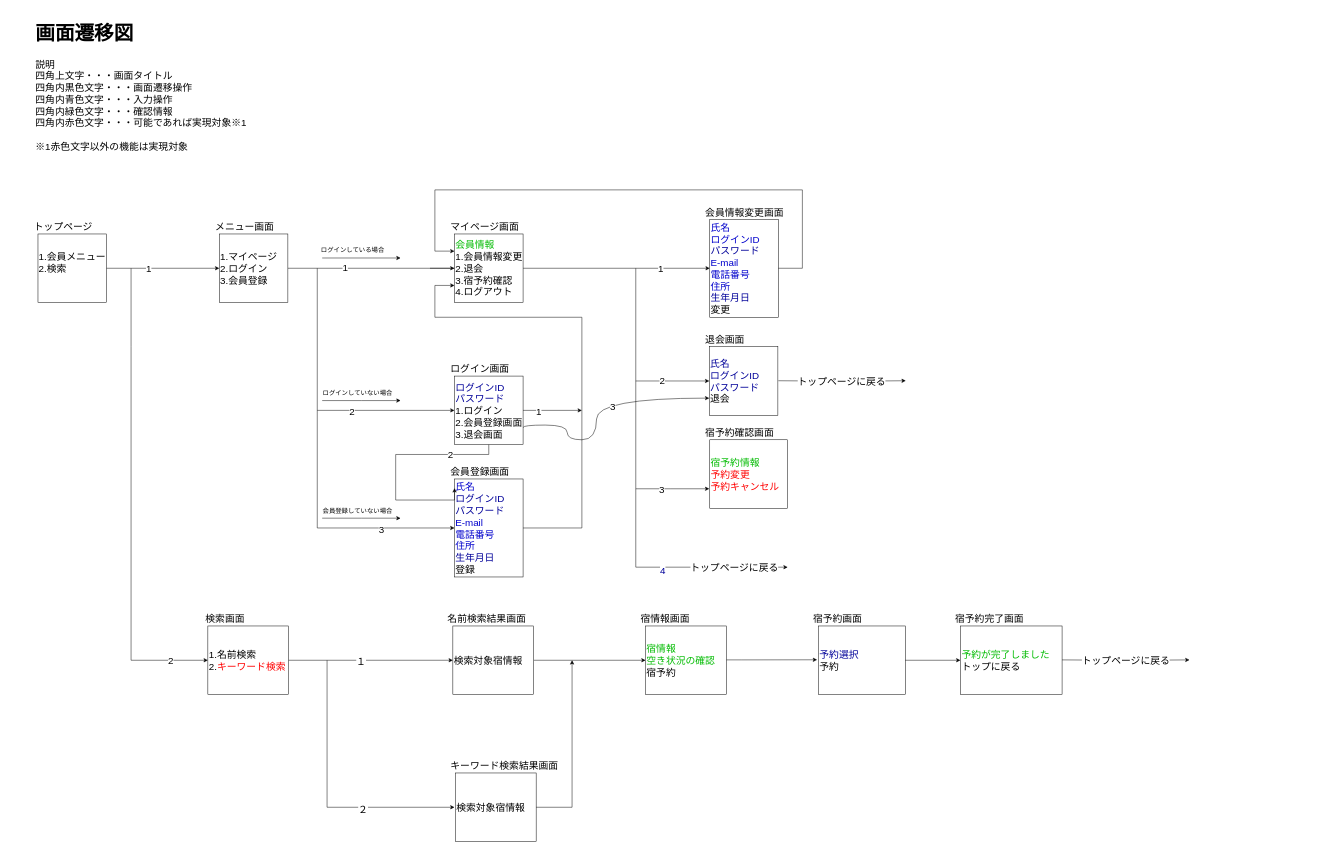
Earlier version of the draw.io diagram 画面遷移/画面遷移図ユーザ視点.drawio (2022java42-student006/document). Source tidied: cells renumbered, new cells numbered last; positions are measured from the earlier drawing's top-left corner, leaving out a move shared by most shapes. Both pictures are drawn from the tidied source at 49%, with x=0, y=0 at pixel (33, 13).
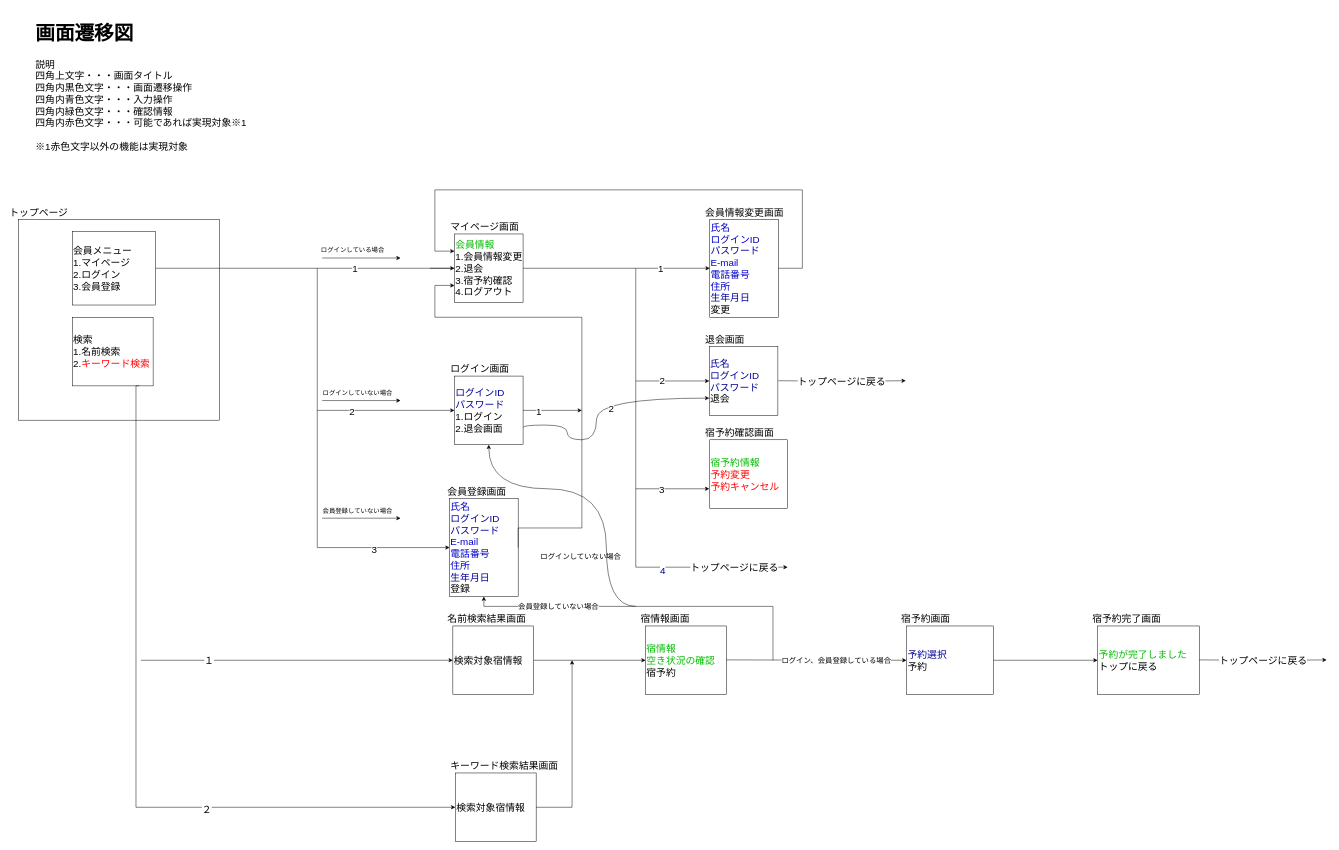
Above is the later version.

Commit message (it also covers changes not shown here):
テーブル設計書 ER図

Unchanged cells that the change refers to:
```xml
<mxCell id="36" value="&lt;font color=&quot;#00bb00&quot;&gt;会員情報&lt;/font&gt;&lt;br&gt;1.会員情報変更&lt;br&gt;2.退会&lt;br&gt;3.宿予約確認&lt;br&gt;4.ログアウト" style="rounded=0;whiteSpace=wrap;html=1;fontSize=20;align=left;" parent="1" vertex="1">
  <mxGeometry x="860" y="450" width="140" height="140" as="geometry" />
</mxCell>
<mxCell id="52" value="検索対象宿情報" style="rounded=0;whiteSpace=wrap;html=1;fontSize=20;align=left;" parent="1" vertex="1">
  <mxGeometry x="856.7" y="1250" width="165" height="140" as="geometry" />
</mxCell>
<mxCell id="71" style="endArrow=classic;html=1;rounded=0;exitX=1;exitY=0.75;exitDx=0;exitDy=0;edgeStyle=orthogonalEdgeStyle;curved=1;entryX=0;entryY=0.75;entryDx=0;entryDy=0;" parent="1" edge="1" source="34" target="23">
  <mxGeometry relative="1" as="geometry">
    <Array as="points">
      <mxPoint x="1000" y="840" />
      <mxPoint x="1090" y="840" />
      <mxPoint x="1090" y="870" />
      <mxPoint x="1150" y="870" />
      <mxPoint x="1150" y="785" />
    </Array>
  </mxGeometry>
</mxCell>
```

Change to the diagram source:
```diff
@@
-    <mxCell id="3" value="&lt;span style=&quot;font-size: 20px;&quot;&gt;1.会員メニュー&lt;br&gt;&lt;div style=&quot;text-align: left;&quot;&gt;&lt;span style=&quot;background-color: initial;&quot;&gt;2.検索&lt;/span&gt;&lt;/div&gt;&lt;br&gt;&lt;/span&gt;" style="rounded=0;whiteSpace=wrap;html=1;" parent="1" vertex="1">
-      <mxGeometry x="10" y="450" width="140" height="140" as="geometry" />
+    <mxCell id="3" value="&lt;span style=&quot;font-size: 20px;&quot;&gt;&lt;br&gt;&lt;/span&gt;" style="rounded=0;whiteSpace=wrap;html=1;" parent="1" vertex="1">
+      <mxGeometry x="-30" y="420" width="410" height="410" as="geometry" />
     </mxCell>
-    <mxCell id="4" value="1.名前検索&lt;br&gt;2.&lt;font color=&quot;#ff0000&quot;&gt;キーワード検索&lt;/font&gt;" style="rounded=0;whiteSpace=wrap;html=1;fontSize=20;align=left;" parent="1" vertex="1">
-      <mxGeometry x="356.7" y="1250" width="165" height="140" as="geometry" />
+    <mxCell id="4" value="検索&lt;br&gt;1.名前検索&lt;br&gt;2.&lt;font color=&quot;#ff0000&quot;&gt;キーワード検索&lt;/font&gt;" style="rounded=0;whiteSpace=wrap;html=1;fontSize=20;align=left;" parent="1" vertex="1">
+      <mxGeometry x="80" y="620" width="165" height="140" as="geometry" />
     </mxCell>
@@
-    <mxCell id="7" style="endArrow=classic;html=1;rounded=0;fontSize=20;exitX=1;exitY=0.5;exitDx=0;exitDy=0;entryX=0;entryY=0.5;entryDx=0;entryDy=0;" parent="1" edge="1" source="13" target="36">
+    <mxCell id="7" style="endArrow=classic;html=1;rounded=0;fontSize=20;entryX=0;entryY=0.5;entryDx=0;entryDy=0;exitX=1;exitY=0.5;exitDx=0;exitDy=0;" parent="1" edge="1" source="13" target="36">
       <mxGeometry relative="1" as="geometry" />
     </mxCell>
-    <mxCell id="8" value="1" style="edgeLabel;html=1;align=center;verticalAlign=middle;fontSize=20;fontColor=#000000;" parent="7" vertex="1">
-      <mxGeometry x="-0.32" y="2" relative="1" as="geometry" />
-    </mxCell>
+    <mxCell id="80" value="1" style="edgeLabel;html=1;align=center;verticalAlign=middle;fontSize=20;" parent="7" vertex="1">
+      <mxGeometry x="0.33" relative="1" as="geometry" />
+    </mxCell>
@@
-    <mxCell id="11" style="edgeStyle=segmentEdgeStyle;endArrow=classic;html=1;rounded=0;entryX=0;entryY=0.5;entryDx=0;entryDy=0;" parent="1" edge="1" target="4">
-      <mxGeometry relative="1" as="geometry">
-        <mxPoint x="200" y="520" as="sourcePoint" />
-        <Array as="points">
-          <mxPoint x="200" y="680" />
-          <mxPoint x="200" y="1360" />
-        </Array>
-      </mxGeometry>
-    </mxCell>
-    <mxCell id="12" value="2" style="edgeLabel;html=1;align=center;verticalAlign=middle;fontSize=20;fontColor=#000000;" parent="11" vertex="1">
-      <mxGeometry x="0.84" y="1" relative="1" as="geometry" />
-    </mxCell>
-    <mxCell id="13" value="&lt;div style=&quot;&quot;&gt;&lt;span style=&quot;font-size: 20px; background-color: initial;&quot;&gt;1.マイページ&lt;/span&gt;&lt;br&gt;&lt;/div&gt;&lt;div style=&quot;&quot;&gt;&lt;span style=&quot;font-size: 20px; background-color: initial;&quot;&gt;2.ログイン&lt;/span&gt;&lt;/div&gt;&lt;div style=&quot;&quot;&gt;&lt;span style=&quot;font-size: 20px;&quot;&gt;3.会員登録&lt;/span&gt;&lt;/div&gt;" style="rounded=0;whiteSpace=wrap;html=1;align=left;" parent="1" vertex="1">
-      <mxGeometry x="380" y="450" width="140" height="140" as="geometry" />
+    <mxCell id="13" value="&lt;div style=&quot;&quot;&gt;&lt;span style=&quot;font-size: 20px; text-align: center;&quot;&gt;会員メニュー&lt;/span&gt;&lt;span style=&quot;font-size: 20px; background-color: initial;&quot;&gt;&lt;br&gt;&lt;/span&gt;&lt;/div&gt;&lt;div style=&quot;&quot;&gt;&lt;span style=&quot;font-size: 20px; background-color: initial;&quot;&gt;1.マイページ&lt;/span&gt;&lt;br&gt;&lt;/div&gt;&lt;div style=&quot;&quot;&gt;&lt;span style=&quot;font-size: 20px; background-color: initial;&quot;&gt;2.ログイン&lt;/span&gt;&lt;/div&gt;&lt;div style=&quot;&quot;&gt;&lt;span style=&quot;font-size: 20px;&quot;&gt;3.会員登録&lt;/span&gt;&lt;/div&gt;" style="rounded=0;whiteSpace=wrap;html=1;align=left;" parent="1" vertex="1">
+      <mxGeometry x="80" y="445" width="170" height="150" as="geometry" />
     </mxCell>
@@
-    <mxCell id="15" value="メニュー画面" style="text;html=1;strokeColor=none;fillColor=none;align=left;verticalAlign=middle;whiteSpace=wrap;rounded=0;fontSize=20;" parent="1" vertex="1">
-      <mxGeometry x="370" y="420" width="130" height="30" as="geometry" />
-    </mxCell>
     <mxCell id="16" value="トップページ" style="text;html=1;strokeColor=none;fillColor=none;align=left;verticalAlign=middle;whiteSpace=wrap;rounded=0;fontSize=20;" parent="1" vertex="1">
-      <mxGeometry y="420" width="130" height="30" as="geometry" />
+      <mxGeometry x="-50" y="390" width="130" height="30" as="geometry" />
     </mxCell>
-    <mxCell id="17" value="検索画面" style="text;html=1;strokeColor=none;fillColor=none;align=left;verticalAlign=middle;whiteSpace=wrap;rounded=0;fontSize=20;" parent="1" vertex="1">
-      <mxGeometry x="350" y="1220" width="100" height="30" as="geometry" />
-    </mxCell>
@@
     <mxCell id="19" value="&lt;font style=&quot;&quot; color=&quot;#0000cc&quot;&gt;氏名&lt;br&gt;&lt;/font&gt;&lt;font color=&quot;#000099&quot;&gt;ログインID&lt;br&gt;パスワード&lt;/font&gt;&lt;br style=&quot;&quot;&gt;&lt;font style=&quot;&quot; color=&quot;#0000cc&quot;&gt;E-mail&lt;/font&gt;&lt;br style=&quot;&quot;&gt;&lt;font style=&quot;&quot; color=&quot;#0000cc&quot;&gt;電話番号&lt;/font&gt;&lt;br style=&quot;&quot;&gt;&lt;font style=&quot;&quot; color=&quot;#0000cc&quot;&gt;住所&lt;br&gt;&lt;/font&gt;&lt;font color=&quot;#000099&quot;&gt;生年月日&lt;/font&gt;&lt;br style=&quot;&quot;&gt;登録" style="rounded=0;whiteSpace=wrap;html=1;fontSize=20;align=left;" parent="1" vertex="1">
-      <mxGeometry x="860" y="950" width="140" height="200" as="geometry" />
+      <mxGeometry x="850" y="990" width="140" height="200" as="geometry" />
     </mxCell>
     <mxCell id="20" value="会員登録画面" style="text;html=1;strokeColor=none;fillColor=none;align=left;verticalAlign=middle;whiteSpace=wrap;rounded=0;fontSize=20;" parent="1" vertex="1">
-      <mxGeometry x="850" y="920" width="140" height="30" as="geometry" />
+      <mxGeometry x="844.2" y="960" width="140" height="30" as="geometry" />
     </mxCell>
@@
-    <mxCell id="34" value="&lt;font color=&quot;#000099&quot;&gt;ログインID&lt;/font&gt;&lt;br&gt;&lt;font color=&quot;#000099&quot;&gt;パスワード&lt;/font&gt;&lt;br&gt;1.ログイン&lt;br&gt;2.会員登録画面&lt;br&gt;3.退会画面" style="rounded=0;whiteSpace=wrap;html=1;fontSize=20;align=left;" parent="1" vertex="1">
+    <mxCell id="34" value="&lt;font color=&quot;#000099&quot;&gt;ログインID&lt;/font&gt;&lt;br&gt;&lt;font color=&quot;#000099&quot;&gt;パスワード&lt;/font&gt;&lt;br&gt;1.ログイン&lt;br&gt;2.退会画面" style="rounded=0;whiteSpace=wrap;html=1;fontSize=20;align=left;" parent="1" vertex="1">
       <mxGeometry x="860" y="740" width="140" height="140" as="geometry" />
     </mxCell>
@@
-    <mxCell id="38" style="endArrow=classic;html=1;rounded=0;fontSize=20;fontColor=#000099;elbow=vertical;exitX=1;exitY=0.5;exitDx=0;exitDy=0;entryX=0;entryY=0.5;entryDx=0;entryDy=0;" parent="1" edge="1" source="3" target="13">
-      <mxGeometry relative="1" as="geometry" />
-    </mxCell>
-    <mxCell id="39" value="1" style="edgeLabel;html=1;align=center;verticalAlign=middle;fontSize=20;fontColor=#000000;" parent="38" vertex="1">
-      <mxGeometry x="-0.26" relative="1" as="geometry" />
-    </mxCell>
@@
-    <mxCell id="54" style="endArrow=classic;html=1;rounded=0;fontSize=20;fontColor=#000000;elbow=vertical;exitX=1;exitY=0.5;exitDx=0;exitDy=0;entryX=0;entryY=0.5;entryDx=0;entryDy=0;" parent="1" edge="1" source="4" target="52">
-      <mxGeometry relative="1" as="geometry" />
+    <mxCell id="54" style="endArrow=classic;html=1;rounded=0;fontSize=20;fontColor=#000000;elbow=vertical;entryX=0;entryY=0.5;entryDx=0;entryDy=0;" parent="1" edge="1" target="52">
+      <mxGeometry relative="1" as="geometry">
+        <mxPoint x="220" y="1320" as="sourcePoint" />
+      </mxGeometry>
     </mxCell>
     <mxCell id="55" value="１" style="edgeLabel;html=1;align=center;verticalAlign=middle;fontSize=20;fontColor=#000000;" parent="54" vertex="1">
-      <mxGeometry x="-0.12" y="-1" relative="1" as="geometry" />
+      <mxGeometry x="-0.12" y="-1" relative="1" as="geometry">
+        <mxPoint x="-142" y="-1" as="offset" />
+      </mxGeometry>
     </mxCell>
@@
-    <mxCell id="58" style="endArrow=classic;html=1;rounded=0;fontSize=20;fontColor=#FF0000;edgeStyle=elbowEdgeStyle;" parent="1" edge="1">
+    <mxCell id="58" style="endArrow=classic;html=1;rounded=0;fontSize=20;fontColor=#FF0000;edgeStyle=elbowEdgeStyle;exitX=0.828;exitY=0.998;exitDx=0;exitDy=0;exitPerimeter=0;" parent="1" edge="1" source="4">
       <mxGeometry relative="1" as="geometry">
-        <mxPoint x="600" y="1320" as="sourcePoint" />
-        <mxPoint x="860" y="1620" as="targetPoint" />
+        <mxPoint x="861.7" y="1620" as="targetPoint" />
         <Array as="points">
-          <mxPoint x="600" y="1500" />
+          <mxPoint x="210" y="1440" />
+          <mxPoint x="520" y="1620" />
+          <mxPoint x="220" y="1620" />
         </Array>
       </mxGeometry>
     </mxCell>
@@
     <mxCell id="63" value="&lt;font color=&quot;#000099&quot;&gt;予約選択&lt;/font&gt;&lt;br&gt;予約" style="rounded=0;whiteSpace=wrap;html=1;fontSize=20;align=left;" parent="1" vertex="1">
-      <mxGeometry x="1602.5" y="1250" width="177.5" height="140" as="geometry" />
+      <mxGeometry x="1782.5" y="1250" width="177.5" height="140" as="geometry" />
     </mxCell>
     <mxCell id="64" value="宿予約画面" style="text;html=1;strokeColor=none;fillColor=none;align=left;verticalAlign=middle;whiteSpace=wrap;rounded=0;fontSize=20;" parent="1" vertex="1">
-      <mxGeometry x="1590" y="1220" width="190" height="30" as="geometry" />
+      <mxGeometry x="1770" y="1220" width="190" height="30" as="geometry" />
     </mxCell>
-    <mxCell id="65" style="edgeStyle=orthogonalEdgeStyle;rounded=0;orthogonalLoop=1;jettySize=auto;html=1;fontSize=20;fontColor=#FF0000;elbow=vertical;" parent="1" edge="1">
+    <mxCell id="65" style="edgeStyle=orthogonalEdgeStyle;rounded=0;jettySize=auto;html=1;fontSize=20;fontColor=#FF0000;elbow=vertical;entryX=0;entryY=0.5;entryDx=0;entryDy=0;" parent="1" edge="1" target="63">
       <mxGeometry relative="1" as="geometry">
         <mxPoint x="1415" y="1319.2" as="sourcePoint" />
-        <mxPoint x="1600" y="1319" as="targetPoint" />
-        <Array as="points">
-          <mxPoint x="1445" y="1319.2" />
-          <mxPoint x="1445" y="1319.2" />
-        </Array>
       </mxGeometry>
     </mxCell>
+    <mxCell id="81" value="ログイン、会員登録している場合" style="edgeLabel;html=1;align=center;verticalAlign=middle;fontSize=15;" parent="65" vertex="1">
+      <mxGeometry x="-0.27" relative="1" as="geometry">
+        <mxPoint x="90" y="1" as="offset" />
+      </mxGeometry>
+    </mxCell>
     <mxCell id="66" value="&lt;font color=&quot;#00bb00&quot;&gt;予約が完了しました&lt;/font&gt;&lt;br&gt;トップに戻る" style="rounded=0;whiteSpace=wrap;html=1;fontSize=20;align=left;" parent="1" vertex="1">
-      <mxGeometry x="1892.5" y="1250" width="207.5" height="140" as="geometry" />
+      <mxGeometry x="2172.5" y="1250" width="207.5" height="140" as="geometry" />
     </mxCell>
     <mxCell id="67" value="宿予約完了画面" style="text;html=1;strokeColor=none;fillColor=none;align=left;verticalAlign=middle;whiteSpace=wrap;rounded=0;fontSize=20;" parent="1" vertex="1">
-      <mxGeometry x="1880" y="1220" width="190" height="30" as="geometry" />
+      <mxGeometry x="2160" y="1220" width="190" height="30" as="geometry" />
     </mxCell>
@@
     <mxCell id="69" style="endArrow=classic;html=1;rounded=0;fontSize=13;fontColor=#000000;elbow=vertical;" parent="1" edge="1">
       <mxGeometry relative="1" as="geometry">
-        <mxPoint x="2100" y="1319.2" as="sourcePoint" />
-        <mxPoint x="2360" y="1319.2" as="targetPoint" />
+        <mxPoint x="2380" y="1319.2" as="sourcePoint" />
+        <mxPoint x="2640" y="1319.2" as="targetPoint" />
         <Array as="points">
-          <mxPoint x="2240" y="1320.2" />
+          <mxPoint x="2520" y="1320.2" />
         </Array>
       </mxGeometry>
     </mxCell>
@@
-    <mxCell id="72" value="3" style="edgeLabel;html=1;align=center;verticalAlign=middle;fontSize=20;" parent="71" vertex="1">
-      <mxGeometry x="0.21" y="-15" relative="1" as="geometry">
-        <mxPoint x="-1" as="offset" />
-      </mxGeometry>
-    </mxCell>
-    <mxCell id="73" style="edgeStyle=orthogonalEdgeStyle;endArrow=classic;html=1;rounded=0;fontSize=20;exitX=0.5;exitY=1;exitDx=0;exitDy=0;entryX=0.001;entryY=0.094;entryDx=0;entryDy=0;entryPerimeter=0;" parent="1" edge="1" source="34" target="19">
-      <mxGeometry relative="1" as="geometry">
-        <Array as="points">
-          <mxPoint x="930" y="900" />
-          <mxPoint x="740" y="900" />
-          <mxPoint x="740" y="993" />
-        </Array>
-      </mxGeometry>
-    </mxCell>
-    <mxCell id="74" value="2" style="edgeLabel;html=1;align=center;verticalAlign=middle;fontSize=20;" parent="73" vertex="1">
-      <mxGeometry x="-0.56" y="-1" relative="1" as="geometry">
+    <mxCell id="74" value="2" style="edgeLabel;html=1;align=center;verticalAlign=middle;fontSize=20;" parent="71" vertex="1">
+      <mxGeometry x="0.2" y="-20" relative="1" as="geometry">
         <mxPoint x="-1" as="offset" />
       </mxGeometry>
     </mxCell>
@@
+    <mxCell id="82" style="edgeStyle=orthogonalEdgeStyle;endArrow=classic;html=1;rounded=0;fontSize=20;entryX=0.5;entryY=1;entryDx=0;entryDy=0;" parent="1" edge="1" target="19">
+      <mxGeometry relative="1" as="geometry">
+        <mxPoint x="1510" y="1320" as="sourcePoint" />
+        <Array as="points">
+          <mxPoint x="1510" y="1210" />
+          <mxPoint x="920" y="1210" />
+        </Array>
+      </mxGeometry>
+    </mxCell>
+    <mxCell id="83" value="&lt;font style=&quot;font-size: 15px;&quot;&gt;会員登録していない場合&lt;/font&gt;" style="edgeLabel;html=1;align=center;verticalAlign=middle;fontSize=20;" parent="82" vertex="1">
+      <mxGeometry x="0.52" y="-4" relative="1" as="geometry">
+        <mxPoint x="-2" as="offset" />
+      </mxGeometry>
+    </mxCell>
+    <mxCell id="84" style="edgeStyle=orthogonalEdgeStyle;endArrow=classic;html=1;rounded=0;fontSize=20;entryX=0.5;entryY=1;entryDx=0;entryDy=0;curved=1;" parent="1" edge="1" target="34">
+      <mxGeometry relative="1" as="geometry">
+        <mxPoint x="1230" y="1210" as="sourcePoint" />
+        <Array as="points">
+          <mxPoint x="1170" y="1210" />
+          <mxPoint x="1170" y="970" />
+          <mxPoint x="930" y="970" />
+        </Array>
+      </mxGeometry>
+    </mxCell>
+    <mxCell id="85" value="&lt;font style=&quot;font-size: 15px;&quot;&gt;ログインしていない場合&lt;/font&gt;" style="text;html=1;strokeColor=none;fillColor=none;align=center;verticalAlign=middle;whiteSpace=wrap;rounded=0;fontSize=20;" parent="1" vertex="1">
+      <mxGeometry x="997.5" y="1080" width="240" height="50" as="geometry" />
+    </mxCell>
```
